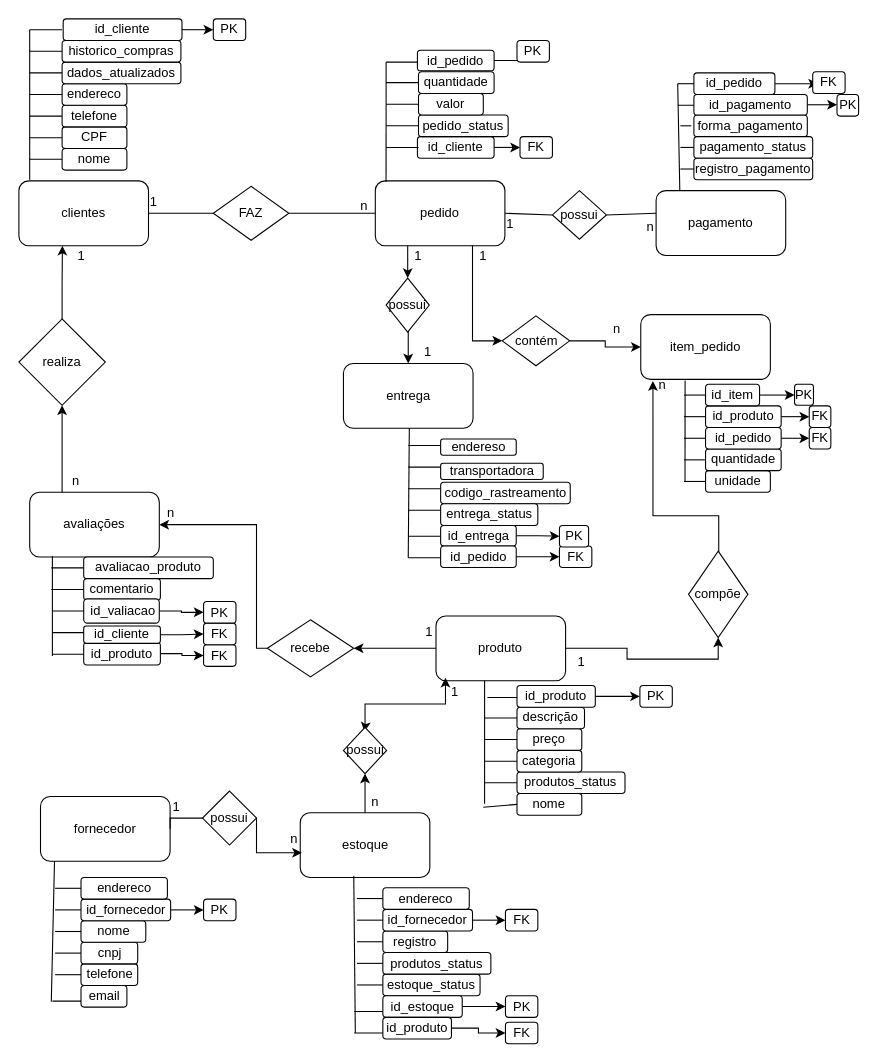
The draw.io diagram 02_modele_conceitual/modelo_conceitual.drawio in gabriel-angelo-021/Projeto-E-commerce, before the edit. Source tidied: cells renumbered, new cells numbered last; positions are measured from the earlier drawing's top-left corner, leaving out a move shared by most shapes. Both pictures are drawn from the tidied source at 108%, with x=0, y=0 at pixel (18, 18).
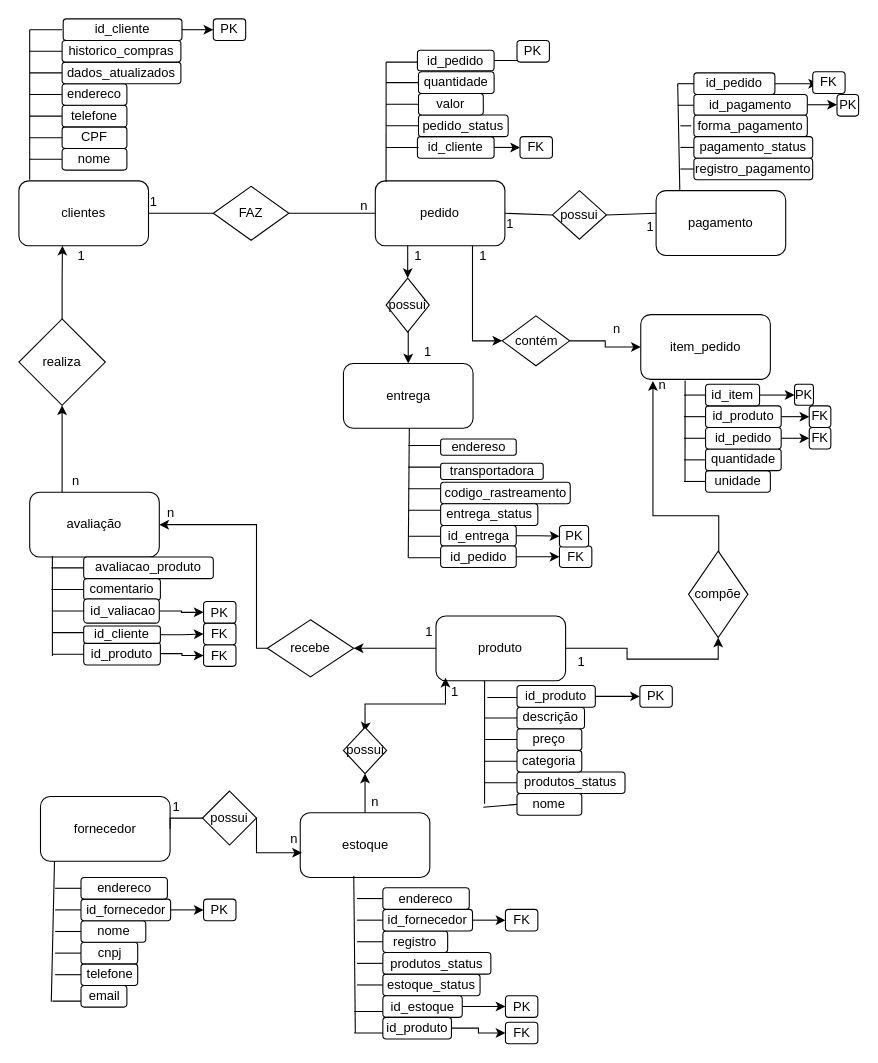
The same page after the edit.

What changed in the source:
```diff
@@
-    <mxCell id="84" value="avaliações" style="rounded=1;whiteSpace=wrap;html=1;" parent="1" vertex="1">
+    <mxCell id="84" value="avaliação" style="rounded=1;whiteSpace=wrap;html=1;" parent="1" vertex="1">
       <mxGeometry x="10" y="438.3" width="120" height="60" as="geometry" />
     </mxCell>
@@
-    <mxCell id="156" value="n" style="text;html=1;whiteSpace=wrap;strokeColor=none;fillColor=none;align=center;verticalAlign=middle;rounded=0;" parent="1" vertex="1">
+    <mxCell id="156" value="1" style="text;html=1;whiteSpace=wrap;strokeColor=none;fillColor=none;align=center;verticalAlign=middle;rounded=0;" parent="1" vertex="1">
       <mxGeometry x="575" y="182.5" width="20" height="20" as="geometry" />
     </mxCell>
```
